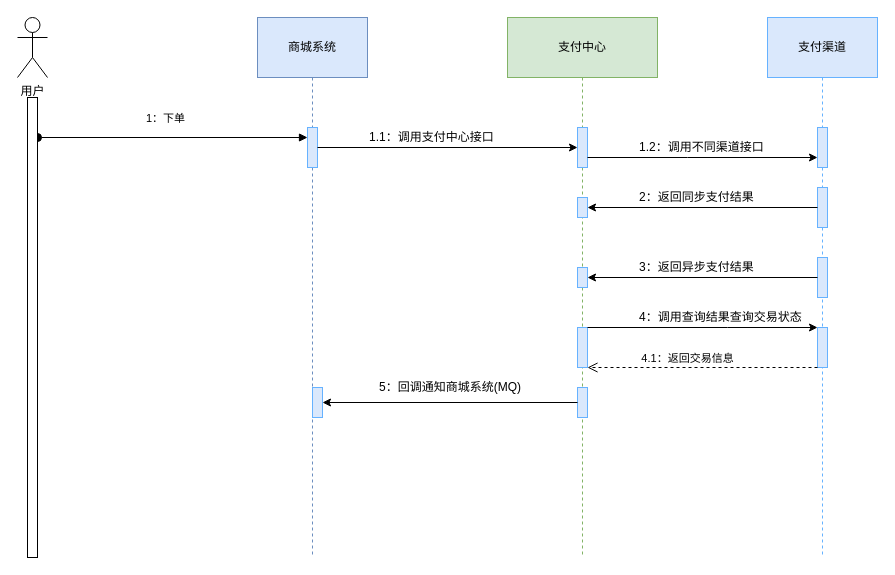
The draw.io diagram 未命名表单.drawio in Herm2s/vue-hermes, before the edit. Source tidied: cells renumbered, new cells numbered last; positions are measured from the earlier drawing's top-left corner, leaving out a move shared by most shapes. Both pictures are drawn from the tidied source at 100%, with x=0, y=0 at pixel (17, 17).
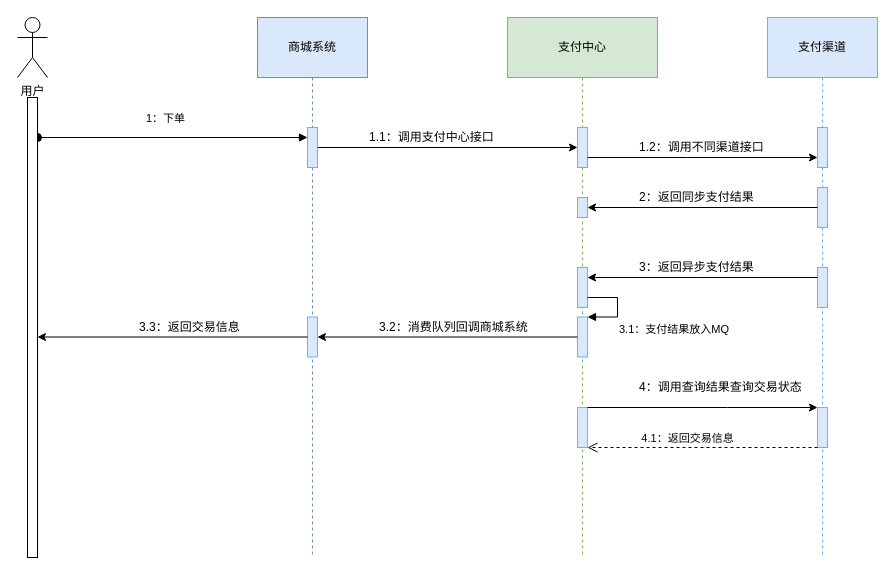
The same page after the edit.

Commit message (it also covers changes not shown here):
更新未命名表单.drawio

The change refers to these unchanged cells:
```xml
<mxCell id="5" value="商城系统" style="shape=umlLifeline;perimeter=lifelinePerimeter;whiteSpace=wrap;html=1;fillColor=#dae8fc;strokeColor=#6c8ebf;size=60;" parent="1" vertex="1">
  <mxGeometry x="240" width="110" height="540" as="geometry" />
</mxCell>
<mxCell id="8" value="支付中心" style="shape=umlLifeline;perimeter=lifelinePerimeter;whiteSpace=wrap;html=1;size=60;fillColor=#d5e8d4;strokeColor=#82b366;" parent="1" vertex="1">
  <mxGeometry x="490" width="150" height="540" as="geometry" />
</mxCell>
<mxCell id="14" value="支付渠道" style="shape=umlLifeline;perimeter=lifelinePerimeter;whiteSpace=wrap;html=1;strokeColor=#66B2FF;fillColor=#DAE8FC;size=60;" parent="1" vertex="1">
  <mxGeometry x="750" width="110" height="540" as="geometry" />
</mxCell>
```

What changed in the source:
```diff
@@
-    <mxCell id="7" style="html=1;points=[];perimeter=orthogonalPerimeter;strokeColor=#66B2FF;fillColor=#DAE8FC;" parent="5" vertex="1">
-      <mxGeometry x="55" y="370" width="10" height="30" as="geometry" />
-    </mxCell>
+    <mxCell id="32" style="html=1;points=[];perimeter=orthogonalPerimeter;strokeColor=#66B2FF;fillColor=#DAE8FC;" parent="5" vertex="1">
+      <mxGeometry x="50" y="299.5" width="10" height="40" as="geometry" />
+    </mxCell>
@@
     <mxCell id="11" style="html=1;points=[];perimeter=orthogonalPerimeter;strokeColor=#66B2FF;fillColor=#DAE8FC;direction=west;" parent="8" vertex="1">
-      <mxGeometry x="70" y="250" width="10" height="20" as="geometry" />
+      <mxGeometry x="70" y="250" width="10" height="40" as="geometry" />
     </mxCell>
     <mxCell id="12" style="html=1;points=[];perimeter=orthogonalPerimeter;strokeColor=#66B2FF;fillColor=#DAE8FC;" parent="8" vertex="1">
-      <mxGeometry x="70" y="310" width="10" height="40" as="geometry" />
+      <mxGeometry x="70" y="390" width="10" height="40" as="geometry" />
     </mxCell>
-    <mxCell id="13" style="html=1;points=[];perimeter=orthogonalPerimeter;strokeColor=#66B2FF;fillColor=#DAE8FC;" parent="8" vertex="1">
-      <mxGeometry x="70" y="370" width="10" height="30" as="geometry" />
-    </mxCell>
+    <mxCell id="33" style="html=1;points=[];perimeter=orthogonalPerimeter;strokeColor=#66B2FF;fillColor=#DAE8FC;" parent="8" vertex="1">
+      <mxGeometry x="70" y="299.5" width="10" height="40" as="geometry" />
+    </mxCell>
+    <mxCell id="34" value="3.1：支付结果放入MQ" style="edgeStyle=orthogonalEdgeStyle;html=1;align=left;spacingLeft=2;endArrow=block;rounded=0;entryX=1;entryY=0;" parent="8" edge="1" target="33">
+      <mxGeometry x="0.24" y="-22" relative="1" as="geometry">
+        <mxPoint x="80" y="280" as="sourcePoint" />
+        <Array as="points">
+          <mxPoint x="110" y="280" />
+          <mxPoint x="110" y="300" />
+        </Array>
+        <mxPoint x="20" y="13" as="offset" />
+      </mxGeometry>
+    </mxCell>
@@
     <mxCell id="17" style="html=1;points=[];perimeter=orthogonalPerimeter;strokeColor=#66B2FF;fillColor=#DAE8FC;direction=west;" parent="14" vertex="1">
-      <mxGeometry x="50" y="240" width="10" height="40" as="geometry" />
+      <mxGeometry x="50" y="250" width="10" height="40" as="geometry" />
     </mxCell>
     <mxCell id="18" style="html=1;points=[];perimeter=orthogonalPerimeter;strokeColor=#66B2FF;fillColor=#DAE8FC;" parent="14" vertex="1">
-      <mxGeometry x="50" y="310" width="10" height="40" as="geometry" />
+      <mxGeometry x="50" y="390" width="10" height="40" as="geometry" />
     </mxCell>
@@
     <mxCell id="25" style="edgeStyle=orthogonalEdgeStyle;rounded=0;jettySize=auto;html=1;" parent="1" edge="1" source="17" target="11">
-      <mxGeometry relative="1" as="geometry" />
+      <mxGeometry relative="1" as="geometry">
+        <Array as="points">
+          <mxPoint x="680" y="260" />
+          <mxPoint x="680" y="260" />
+        </Array>
+      </mxGeometry>
     </mxCell>
@@
     <mxCell id="27" style="edgeStyle=orthogonalEdgeStyle;rounded=0;jettySize=auto;html=1;" parent="1" edge="1" source="12" target="18">
       <mxGeometry relative="1" as="geometry">
         <Array as="points">
-          <mxPoint x="710" y="310" />
-          <mxPoint x="710" y="310" />
+          <mxPoint x="710" y="390" />
+          <mxPoint x="710" y="390" />
         </Array>
       </mxGeometry>
     </mxCell>
     <mxCell id="28" value="4：调用查询结果查询交易状态" style="text;html=1;align=left;verticalAlign=top;spacingTop=-4;" parent="1" vertex="1">
-      <mxGeometry x="620" y="290" width="180" height="20" as="geometry" />
+      <mxGeometry x="620" y="360" width="180" height="20" as="geometry" />
     </mxCell>
     <mxCell id="29" value="4.1：返回交易信息" style="html=1;verticalAlign=bottom;endArrow=open;dashed=1;endSize=8;exitX=0;exitY=1;exitDx=0;exitDy=0;exitPerimeter=0;" parent="1" edge="1" source="18">
       <mxGeometry x="0.13" relative="1" as="geometry">
-        <mxPoint x="570" y="350" as="targetPoint" />
+        <mxPoint x="570" y="430" as="targetPoint" />
       </mxGeometry>
     </mxCell>
-    <mxCell id="30" style="edgeStyle=orthogonalEdgeStyle;rounded=0;jettySize=auto;html=1;" parent="1" edge="1" source="13" target="7">
-      <mxGeometry relative="1" as="geometry" />
-    </mxCell>
-    <mxCell id="31" value="5：回调通知商城系统(MQ)" style="text;html=1;align=left;verticalAlign=top;spacingTop=-4;" parent="1" vertex="1">
-      <mxGeometry x="360" y="360" width="160" height="20" as="geometry" />
-    </mxCell>
+    <mxCell id="35" style="edgeStyle=orthogonalEdgeStyle;rounded=0;jettySize=auto;html=1;" parent="1" edge="1" source="33" target="32">
+      <mxGeometry relative="1" as="geometry" />
+    </mxCell>
+    <mxCell id="36" value="3.2：消费队列回调商城系统" style="text;html=1;align=left;verticalAlign=top;spacingTop=-4;" parent="1" vertex="1">
+      <mxGeometry x="360" y="300" width="160" height="20" as="geometry" />
+    </mxCell>
+    <mxCell id="37" style="edgeStyle=orthogonalEdgeStyle;rounded=0;jettySize=auto;html=1;" parent="1" edge="1" source="32">
+      <mxGeometry relative="1" as="geometry">
+        <mxPoint x="20" y="319.5" as="targetPoint" />
+      </mxGeometry>
+    </mxCell>
+    <mxCell id="38" value="3.3：返回交易信息" style="text;html=1;align=left;verticalAlign=top;spacingTop=-4;" parent="1" vertex="1">
+      <mxGeometry x="120" y="300" width="120" height="20" as="geometry" />
+    </mxCell>
```
